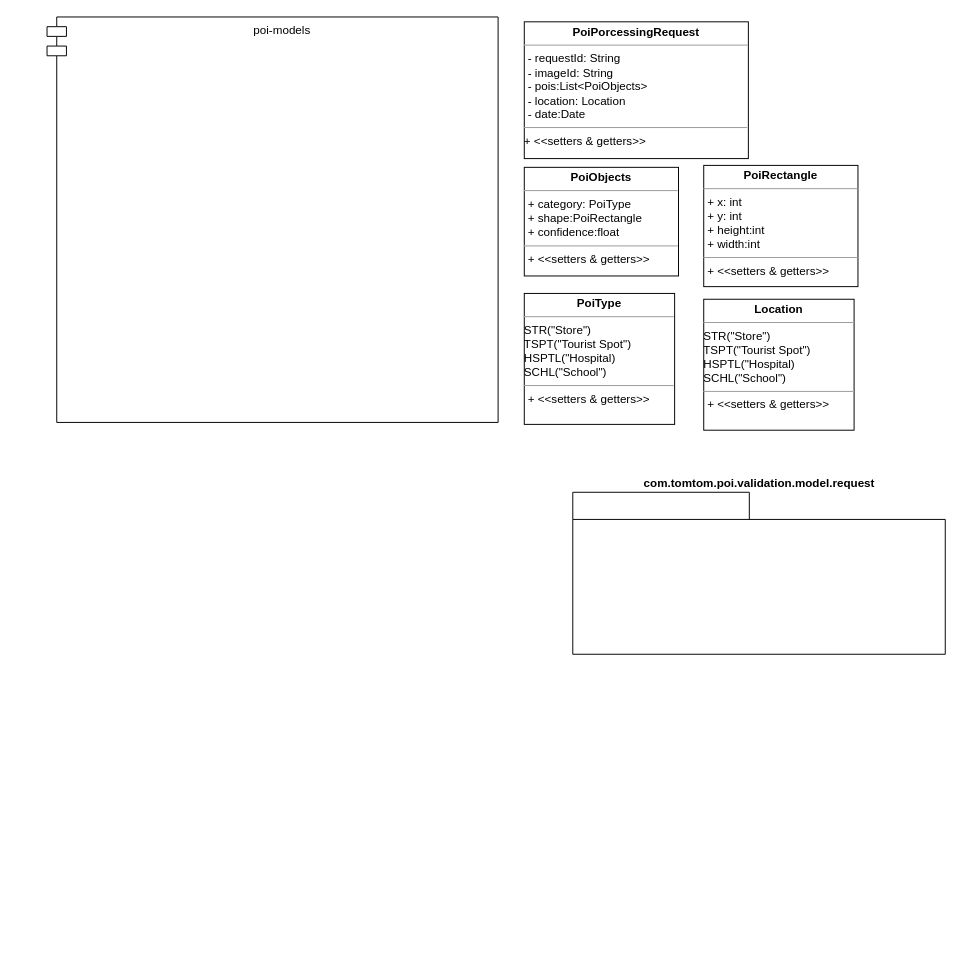
Before: page "Page-2" (2 of 2) of PIO System Digram.drawio in syogesh31/jp, a draw.io diagram. Source tidied: cells renumbered, new cells numbered last; positions are measured from the earlier drawing's top-left corner, leaving out a move shared by most shapes. Both pictures are drawn from the tidied source at 97%, with x=0, y=0 at pixel (47, 16).
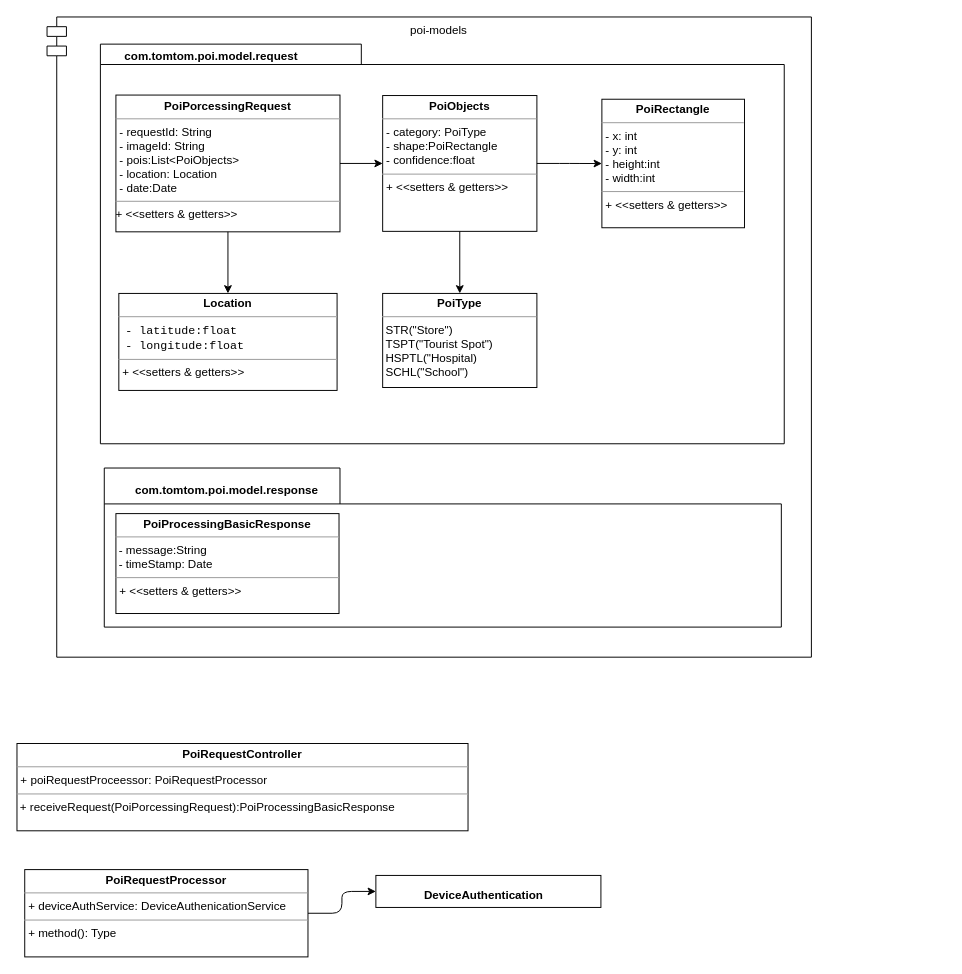
The same diagram, later.

Commit message:
class digram added

Diff of the diagram source:
```diff
@@
     <mxCell id="2" value="poi-models" style="shape=module;align=left;spacingLeft=20;align=center;verticalAlign=top;rounded=0;sketch=0;" parent="1" vertex="1">
-      <mxGeometry width="465" height="418" as="geometry" />
+      <mxGeometry width="788" height="660" as="geometry" />
     </mxCell>
-    <mxCell id="3" value="com.tomtom.poi.validation.model.request" style="shape=folder;fontStyle=1;spacingTop=10;tabWidth=182;tabHeight=28;tabPosition=left;html=1;rounded=0;sketch=0;labelPosition=center;verticalLabelPosition=top;align=center;verticalAlign=bottom;" parent="1" vertex="1">
-      <mxGeometry x="542" y="490" width="384" height="167" as="geometry" />
-    </mxCell>
+    <mxCell id="9" style="group;" parent="1" vertex="1">
+      <mxGeometry x="57" y="28" width="705" height="412" as="geometry" />
+    </mxCell>
+    <mxCell id="10" style="group;" parent="9" vertex="1">
+      <mxGeometry x="-2" width="705" height="412" as="geometry" />
+    </mxCell>
+    <mxCell id="11" style="shape=folder;fontStyle=1;spacingTop=10;tabWidth=269;tabHeight=21;tabPosition=left;html=1;rounded=0;sketch=0;" parent="10" vertex="1">
+      <mxGeometry width="705" height="412" as="geometry" />
+    </mxCell>
+    <mxCell id="12" value="com.tomtom.poi.model.request" style="text;html=1;strokeColor=none;fillColor=none;align=center;verticalAlign=middle;whiteSpace=wrap;rounded=0;sketch=0;fontStyle=1;" parent="10" vertex="1">
+      <mxGeometry x="8" y="3" width="213" height="20" as="geometry" />
+    </mxCell>
+    <mxCell id="8" value="&lt;p style=&quot;margin: 0px ; margin-top: 4px ; text-align: center&quot;&gt;&lt;b&gt;Location&lt;/b&gt;&lt;/p&gt;&lt;hr size=&quot;1&quot;&gt;&lt;div&gt;&lt;code dir=&quot;ltr&quot;&gt;&amp;nbsp;- latitude:float&lt;/code&gt;&lt;/div&gt;&lt;div&gt;&lt;code dir=&quot;ltr&quot;&gt;&amp;nbsp;- &lt;/code&gt;&lt;code dir=&quot;ltr&quot;&gt;&lt;code dir=&quot;ltr&quot;&gt;longitude:float&lt;/code&gt;&lt;/code&gt;&lt;/div&gt;&lt;hr size=&quot;1&quot;&gt;&lt;p style=&quot;margin: 0px ; margin-left: 4px&quot;&gt;+ &amp;lt;&amp;lt;setters &amp;amp; getters&amp;gt;&amp;gt;&lt;/p&gt;" style="verticalAlign=top;align=left;overflow=fill;fontSize=12;fontFamily=Helvetica;html=1;rounded=0;sketch=0;" parent="10" vertex="1">
+      <mxGeometry x="19" y="257" width="225" height="100" as="geometry" />
+    </mxCell>
+    <mxCell id="6" value="&lt;p style=&quot;margin: 0px ; margin-top: 4px ; text-align: center&quot;&gt;&lt;b&gt;PoiType&lt;/b&gt;&lt;/p&gt;&lt;hr size=&quot;1&quot;&gt;&lt;div&gt;&amp;nbsp;STR(&quot;Store&quot;)&lt;/div&gt;&lt;div&gt;&amp;nbsp;TSPT(&quot;Tourist Spot&quot;)&lt;/div&gt;&lt;div&gt;&amp;nbsp;HSPTL(&quot;Hospital)&lt;/div&gt;&lt;div&gt;&amp;nbsp;SCHL(&quot;School&quot;)&lt;br&gt;&lt;/div&gt;&amp;nbsp;&lt;hr size=&quot;1&quot;&gt;" style="verticalAlign=top;align=left;overflow=fill;fontSize=12;fontFamily=Helvetica;html=1;rounded=0;sketch=0;" parent="10" vertex="1">
+      <mxGeometry x="291" y="257" width="159" height="97" as="geometry" />
+    </mxCell>
+    <mxCell id="7" value="&lt;p style=&quot;margin: 0px ; margin-top: 4px ; text-align: center&quot;&gt;&lt;b&gt;PoiRectangle&lt;/b&gt;&lt;/p&gt;&lt;hr size=&quot;1&quot;&gt;&lt;p style=&quot;margin: 0px ; margin-left: 4px&quot;&gt;- x: int&lt;/p&gt;&lt;p style=&quot;margin: 0px ; margin-left: 4px&quot;&gt;- y: int&lt;/p&gt;&lt;p style=&quot;margin: 0px ; margin-left: 4px&quot;&gt;- height:int&lt;/p&gt;&lt;p style=&quot;margin: 0px ; margin-left: 4px&quot;&gt;- width:int&lt;br&gt;&lt;/p&gt;&lt;hr size=&quot;1&quot;&gt;&lt;p style=&quot;margin: 0px ; margin-left: 4px&quot;&gt;+ &amp;lt;&amp;lt;setters &amp;amp; getters&amp;gt;&amp;gt;&lt;/p&gt;" style="verticalAlign=top;align=left;overflow=fill;fontSize=12;fontFamily=Helvetica;html=1;rounded=0;sketch=0;" parent="10" vertex="1">
+      <mxGeometry x="517" y="56.8" width="147" height="132.5" as="geometry" />
+    </mxCell>
-    <mxCell id="4" value="&lt;p style=&quot;margin: 0px ; margin-top: 4px ; text-align: center&quot;&gt;&lt;b&gt;PoiPorcessingRequest&lt;/b&gt;&lt;/p&gt;&lt;hr size=&quot;1&quot;&gt;&lt;p style=&quot;margin: 0px ; margin-left: 4px&quot;&gt;- requestId: String&lt;/p&gt;&lt;p style=&quot;margin: 0px ; margin-left: 4px&quot;&gt;- imageId: String&lt;/p&gt;&lt;p style=&quot;margin: 0px ; margin-left: 4px&quot;&gt;- pois:List&amp;lt;PoiObjects&amp;gt;&lt;/p&gt;&lt;p style=&quot;margin: 0px ; margin-left: 4px&quot;&gt;- location: Location&lt;/p&gt;&lt;p style=&quot;margin: 0px ; margin-left: 4px&quot;&gt;- date:Date&lt;br&gt;&lt;/p&gt;&lt;hr size=&quot;1&quot;&gt;+ &amp;lt;&amp;lt;setters &amp;amp; getters&amp;gt;&amp;gt;" style="verticalAlign=top;align=left;overflow=fill;fontSize=12;fontFamily=Helvetica;html=1;rounded=0;sketch=0;" parent="1" vertex="1">
-      <mxGeometry x="492" y="5" width="231" height="141" as="geometry" />
+    <mxCell id="4" value="&lt;p style=&quot;margin: 0px ; margin-top: 4px ; text-align: center&quot;&gt;&lt;b&gt;PoiPorcessingRequest&lt;/b&gt;&lt;/p&gt;&lt;hr size=&quot;1&quot;&gt;&lt;p style=&quot;margin: 0px ; margin-left: 4px&quot;&gt;- requestId: String&lt;/p&gt;&lt;p style=&quot;margin: 0px ; margin-left: 4px&quot;&gt;- imageId: String&lt;/p&gt;&lt;p style=&quot;margin: 0px ; margin-left: 4px&quot;&gt;- pois:List&amp;lt;PoiObjects&amp;gt;&lt;/p&gt;&lt;p style=&quot;margin: 0px ; margin-left: 4px&quot;&gt;- location: Location&lt;/p&gt;&lt;p style=&quot;margin: 0px ; margin-left: 4px&quot;&gt;- date:Date&lt;br&gt;&lt;/p&gt;&lt;hr size=&quot;1&quot;&gt;+ &amp;lt;&amp;lt;setters &amp;amp; getters&amp;gt;&amp;gt;" style="verticalAlign=top;align=left;overflow=fill;fontSize=12;fontFamily=Helvetica;html=1;rounded=0;sketch=0;" parent="9" vertex="1">
+      <mxGeometry x="14" y="52.5" width="231" height="141" as="geometry" />
     </mxCell>
-    <mxCell id="5" value="&lt;p style=&quot;margin: 0px ; margin-top: 4px ; text-align: center&quot;&gt;&lt;b&gt;PoiObjects&lt;/b&gt;&lt;/p&gt;&lt;hr size=&quot;1&quot;&gt;&lt;p style=&quot;margin: 0px ; margin-left: 4px&quot;&gt;+ category: PoiType&lt;/p&gt;&lt;p style=&quot;margin: 0px ; margin-left: 4px&quot;&gt;+ shape:PoiRectangle&lt;/p&gt;&lt;p style=&quot;margin: 0px ; margin-left: 4px&quot;&gt;+ confidence:float&lt;br&gt;&lt;/p&gt;&lt;hr size=&quot;1&quot;&gt;&lt;p style=&quot;margin: 0px ; margin-left: 4px&quot;&gt;+ &amp;lt;&amp;lt;setters &amp;amp; getters&amp;gt;&amp;gt;&lt;/p&gt;" style="verticalAlign=top;align=left;overflow=fill;fontSize=12;fontFamily=Helvetica;html=1;rounded=0;sketch=0;" parent="1" vertex="1">
-      <mxGeometry x="492" y="155" width="159" height="112" as="geometry" />
+    <mxCell id="5" value="&lt;p style=&quot;margin: 0px ; margin-top: 4px ; text-align: center&quot;&gt;&lt;b&gt;PoiObjects&lt;/b&gt;&lt;/p&gt;&lt;hr size=&quot;1&quot;&gt;&lt;p style=&quot;margin: 0px ; margin-left: 4px&quot;&gt;- category: PoiType&lt;/p&gt;&lt;p style=&quot;margin: 0px ; margin-left: 4px&quot;&gt;- shape:PoiRectangle&lt;/p&gt;&lt;p style=&quot;margin: 0px ; margin-left: 4px&quot;&gt;- confidence:float&lt;br&gt;&lt;/p&gt;&lt;hr size=&quot;1&quot;&gt;&lt;p style=&quot;margin: 0px ; margin-left: 4px&quot;&gt;+ &amp;lt;&amp;lt;setters &amp;amp; getters&amp;gt;&amp;gt;&lt;/p&gt;" style="verticalAlign=top;align=left;overflow=fill;fontSize=12;fontFamily=Helvetica;html=1;rounded=0;sketch=0;" parent="9" vertex="1">
+      <mxGeometry x="289" y="53" width="159" height="140" as="geometry" />
     </mxCell>
-    <mxCell id="6" value="&lt;p style=&quot;margin: 0px ; margin-top: 4px ; text-align: center&quot;&gt;&lt;b&gt;PoiType&lt;/b&gt;&lt;/p&gt;&lt;hr size=&quot;1&quot;&gt;&lt;div&gt;STR(&quot;Store&quot;)&lt;/div&gt;&lt;div&gt;TSPT(&quot;Tourist Spot&quot;)&lt;/div&gt;&lt;div&gt;HSPTL(&quot;Hospital)&lt;/div&gt;&lt;div&gt;SCHL(&quot;School&quot;)&lt;br&gt;&lt;/div&gt;&lt;hr size=&quot;1&quot;&gt;&lt;p style=&quot;margin: 0px ; margin-left: 4px&quot;&gt;+ &amp;lt;&amp;lt;setters &amp;amp; getters&amp;gt;&amp;gt;&lt;/p&gt;" style="verticalAlign=top;align=left;overflow=fill;fontSize=12;fontFamily=Helvetica;html=1;rounded=0;sketch=0;" parent="1" vertex="1">
-      <mxGeometry x="492" y="285" width="155" height="135" as="geometry" />
-    </mxCell>
-    <mxCell id="7" value="&lt;p style=&quot;margin: 0px ; margin-top: 4px ; text-align: center&quot;&gt;&lt;b&gt;PoiRectangle&lt;/b&gt;&lt;/p&gt;&lt;hr size=&quot;1&quot;&gt;&lt;p style=&quot;margin: 0px ; margin-left: 4px&quot;&gt;+ x: int&lt;/p&gt;&lt;p style=&quot;margin: 0px ; margin-left: 4px&quot;&gt;+ y: int&lt;/p&gt;&lt;p style=&quot;margin: 0px ; margin-left: 4px&quot;&gt;+ height:int&lt;/p&gt;&lt;p style=&quot;margin: 0px ; margin-left: 4px&quot;&gt;+ width:int&lt;br&gt;&lt;/p&gt;&lt;hr size=&quot;1&quot;&gt;&lt;p style=&quot;margin: 0px ; margin-left: 4px&quot;&gt;+ &amp;lt;&amp;lt;setters &amp;amp; getters&amp;gt;&amp;gt;&lt;/p&gt;" style="verticalAlign=top;align=left;overflow=fill;fontSize=12;fontFamily=Helvetica;html=1;rounded=0;sketch=0;" parent="1" vertex="1">
-      <mxGeometry x="677" y="153" width="159" height="125" as="geometry" />
-    </mxCell>
-    <mxCell id="8" value="&lt;p style=&quot;margin: 0px ; margin-top: 4px ; text-align: center&quot;&gt;&lt;b&gt;Location&lt;/b&gt;&lt;/p&gt;&lt;hr size=&quot;1&quot;&gt;&lt;div&gt;STR(&quot;Store&quot;)&lt;/div&gt;&lt;div&gt;TSPT(&quot;Tourist Spot&quot;)&lt;/div&gt;&lt;div&gt;HSPTL(&quot;Hospital)&lt;/div&gt;&lt;div&gt;SCHL(&quot;School&quot;)&lt;br&gt;&lt;/div&gt;&lt;hr size=&quot;1&quot;&gt;&lt;p style=&quot;margin: 0px ; margin-left: 4px&quot;&gt;+ &amp;lt;&amp;lt;setters &amp;amp; getters&amp;gt;&amp;gt;&lt;/p&gt;" style="verticalAlign=top;align=left;overflow=fill;fontSize=12;fontFamily=Helvetica;html=1;rounded=0;sketch=0;" parent="1" vertex="1">
-      <mxGeometry x="677" y="291" width="155" height="135" as="geometry" />
-    </mxCell>
+    <mxCell id="13" style="edgeStyle=orthogonalEdgeStyle;rounded=1;sketch=0;jettySize=auto;html=1;entryX=0;entryY=0.5;entryDx=0;entryDy=0;" parent="9" edge="1" source="4" target="5">
+      <mxGeometry relative="1" as="geometry" />
+    </mxCell>
+    <mxCell id="14" style="edgeStyle=orthogonalEdgeStyle;rounded=1;sketch=0;jettySize=auto;html=1;" parent="9" edge="1" source="5" target="6">
+      <mxGeometry relative="1" as="geometry" />
+    </mxCell>
+    <mxCell id="15" style="edgeStyle=orthogonalEdgeStyle;rounded=1;sketch=0;jettySize=auto;html=1;" parent="9" edge="1" source="5" target="7">
+      <mxGeometry relative="1" as="geometry" />
+    </mxCell>
+    <mxCell id="16" style="edgeStyle=orthogonalEdgeStyle;curved=0;rounded=1;sketch=0;jettySize=auto;html=1;" parent="9" edge="1" source="4" target="8">
+      <mxGeometry relative="1" as="geometry" />
+    </mxCell>
+    <mxCell id="17" style="shape=folder;fontStyle=1;spacingTop=10;tabWidth=243;tabHeight=37;tabPosition=left;html=1;rounded=0;sketch=0;" parent="1" vertex="1">
+      <mxGeometry x="59" y="465" width="698" height="164" as="geometry" />
+    </mxCell>
+    <mxCell id="18" value="com.tomtom.poi.model.response" style="text;html=1;strokeColor=none;fillColor=none;align=center;verticalAlign=middle;whiteSpace=wrap;rounded=0;sketch=0;fontStyle=1;" parent="1" vertex="1">
+      <mxGeometry x="79" y="478" width="213" height="20" as="geometry" />
+    </mxCell>
+    <mxCell id="19" value="&lt;p style=&quot;margin: 0px ; margin-top: 4px ; text-align: center&quot;&gt;&lt;b&gt;PoiProcessingBasicResponse&lt;/b&gt;&lt;/p&gt;&lt;hr size=&quot;1&quot;&gt;&lt;div&gt;&amp;nbsp;- message:String&lt;/div&gt;&lt;div&gt;&amp;nbsp;- timeStamp: Date&lt;br&gt;&lt;/div&gt;&lt;hr size=&quot;1&quot;&gt;&lt;p style=&quot;margin: 0px ; margin-left: 4px&quot;&gt;+ &amp;lt;&amp;lt;setters &amp;amp; getters&amp;gt;&amp;gt;&lt;/p&gt;" style="verticalAlign=top;align=left;overflow=fill;fontSize=12;fontFamily=Helvetica;html=1;rounded=0;sketch=0;" parent="1" vertex="1">
+      <mxGeometry x="71" y="512" width="230" height="103" as="geometry" />
+    </mxCell>
+    <mxCell id="20" value="&lt;p style=&quot;margin: 0px ; margin-top: 4px ; text-align: center&quot;&gt;&lt;b&gt;PoiRequestController&lt;/b&gt;&lt;/p&gt;&lt;hr size=&quot;1&quot;&gt;&lt;p style=&quot;margin: 0px ; margin-left: 4px&quot;&gt;+ poiRequestProceessor: PoiRequestProcessor&lt;/p&gt;&lt;hr size=&quot;1&quot;&gt;&amp;nbsp;+ receiveRequest(PoiPorcessingRequest):PoiProcessingBasicResponse" style="verticalAlign=top;align=left;overflow=fill;fontSize=12;fontFamily=Helvetica;html=1;rounded=0;sketch=0;" parent="1" vertex="1">
+      <mxGeometry x="-31" y="749" width="465" height="90" as="geometry" />
+    </mxCell>
+    <mxCell id="21" style="edgeStyle=orthogonalEdgeStyle;curved=0;rounded=1;sketch=0;jettySize=auto;html=1;entryX=0;entryY=0.5;entryDx=0;entryDy=0;" parent="1" edge="1" source="22" target="23">
+      <mxGeometry relative="1" as="geometry" />
+    </mxCell>
+    <mxCell id="22" value="&lt;p style=&quot;margin: 0px ; margin-top: 4px ; text-align: center&quot;&gt;&lt;b&gt;PoiRequestProcessor&lt;/b&gt;&lt;/p&gt;&lt;hr size=&quot;1&quot;&gt;&lt;p style=&quot;margin: 0px ; margin-left: 4px&quot;&gt;+ deviceAuthService: DeviceAuthenicationService&lt;/p&gt;&lt;hr size=&quot;1&quot;&gt;&lt;p style=&quot;margin: 0px ; margin-left: 4px&quot;&gt;+ method(): Type&lt;/p&gt;" style="verticalAlign=top;align=left;overflow=fill;fontSize=12;fontFamily=Helvetica;html=1;rounded=0;sketch=0;" parent="1" vertex="1">
+      <mxGeometry x="-23" y="879" width="292" height="90" as="geometry" />
+    </mxCell>
+    <mxCell id="23" value="&lt;div&gt;&lt;b&gt;&amp;nbsp;&amp;nbsp;&amp;nbsp;&amp;nbsp;&amp;nbsp;&amp;nbsp;&amp;nbsp;&amp;nbsp;&amp;nbsp;&amp;nbsp; &lt;br&gt;&lt;/b&gt;&lt;/div&gt;&lt;div&gt;&lt;b&gt;&amp;nbsp;&amp;nbsp;&amp;nbsp;&amp;nbsp;&amp;nbsp;&amp;nbsp;&amp;nbsp;&amp;nbsp;&amp;nbsp;&amp;nbsp;&amp;nbsp;&amp;nbsp;&amp;nbsp;&amp;nbsp; DeviceAuthentication&lt;/b&gt;&lt;/div&gt;&lt;div&gt;&lt;b&gt;&lt;br&gt;&lt;/b&gt;&lt;/div&gt;" style="verticalAlign=top;align=left;overflow=fill;fontSize=12;fontFamily=Helvetica;html=1;rounded=0;sketch=0;" parent="1" vertex="1">
+      <mxGeometry x="339" y="885" width="232" height="33" as="geometry" />
+    </mxCell>
```
